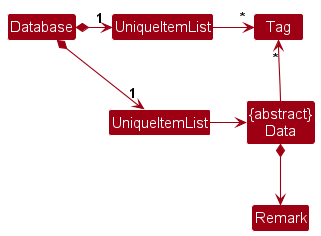
Above: docs/images/BetterModelClassDiagram.png in yanghengtang/tp (PlantUML), before the change. The source it was exported from:
```plantuml
@startuml
!include style.puml
skinparam arrowThickness 1.1
skinparam arrowColor MODEL_COLOR
skinparam classBackgroundColor MODEL_COLOR

class "UniqueItemList" as UniquePersonList
class "UniqueItemList" as UniqueTagList
class "{abstract}\nData" as Data

Database *-right-> "1" UniquePersonList
Database *-right-> "1" UniqueTagList
UniqueTagList -[hidden]down- UniquePersonList
UniqueTagList -[hidden]down- UniquePersonList

UniqueTagList -right-> "*" Tag
UniquePersonList -right-> Data

Data -up-> "*" Tag

Data *--> Remark
@enduml
```
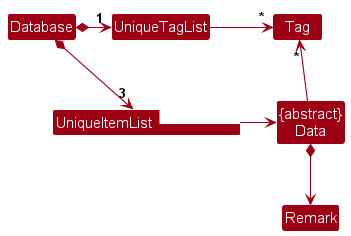
Later version of the same file.

Commit message:
Fix Model component diagram

What changed in the source:
```diff
@@ -4,11 +4,11 @@
 skinparam arrowColor MODEL_COLOR
 skinparam classBackgroundColor MODEL_COLOR
 
-class "UniqueItemList" as UniquePersonList
-class "UniqueItemList" as UniqueTagList
+class "UniqueItemList<T extends Data>" as UniquePersonList
+class "UniqueTagList" as UniqueTagList
 class "{abstract}\nData" as Data
 
-Database *-right-> "1" UniquePersonList
+Database *-right-> "3" UniquePersonList
 Database *-right-> "1" UniqueTagList
 UniqueTagList -[hidden]down- UniquePersonList
 UniqueTagList -[hidden]down- UniquePersonList
```
